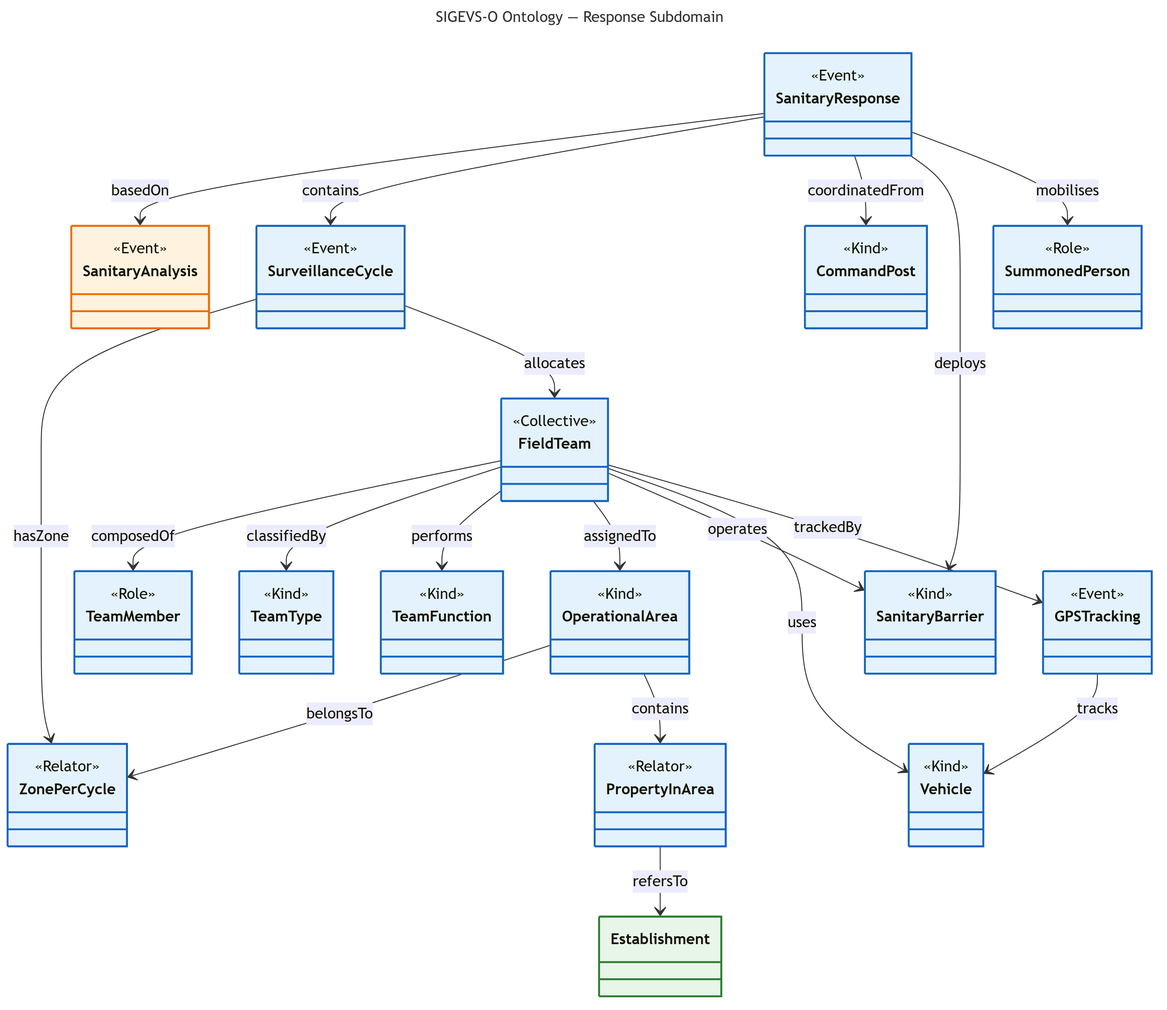
The Mermaid diagram figures/onto-response.png in Felipeamadori/sigevs-o, before a commit. Its source is kept beside it as conceptual-model/onto-response.mmd.
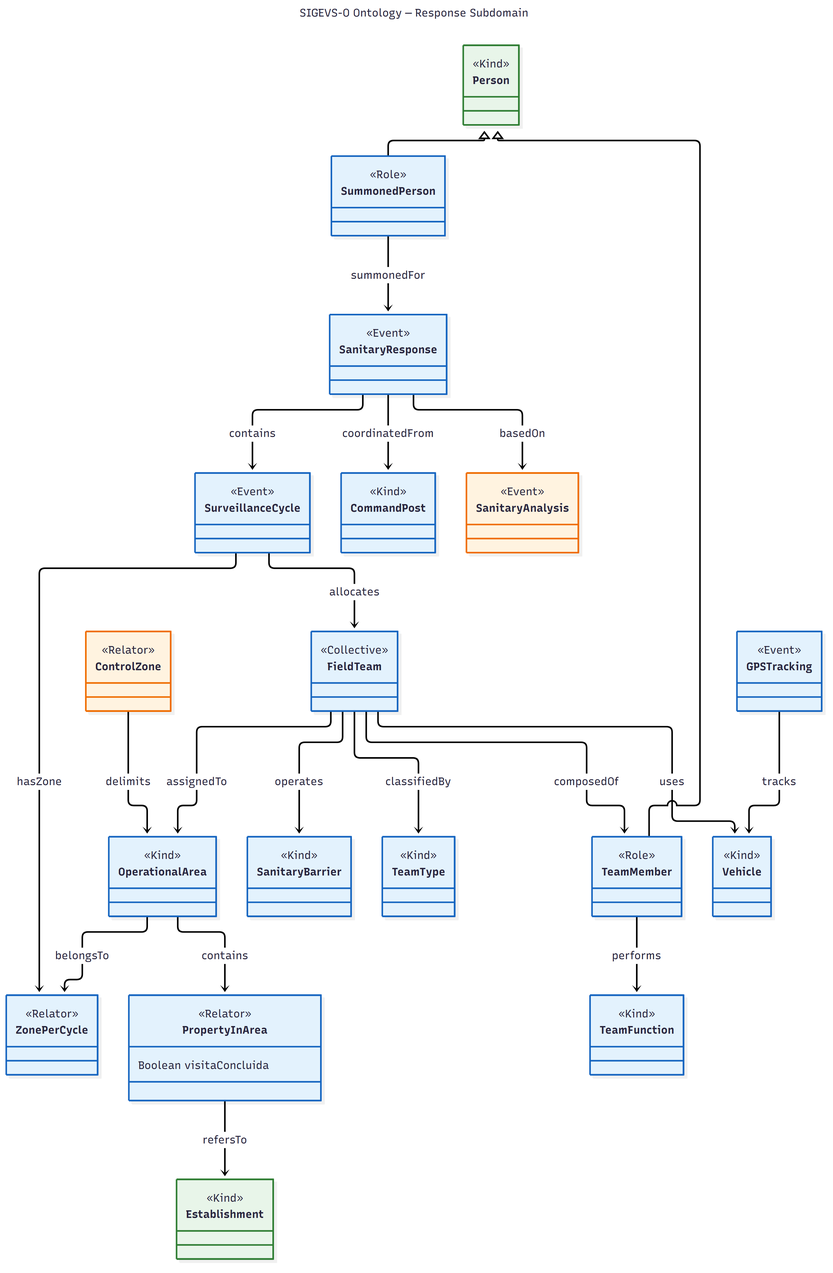
Later version of the same file.

Diff of the diagram source:
```diff
@@ -31,6 +31,7 @@
     }
     class PropertyInArea {
         <<Relator>>
+        Boolean visitaConcluida
     }
     class SanitaryBarrier {
         <<Kind>>
@@ -47,25 +48,35 @@
     class GPSTracking {
         <<Event>>
     }
+    class Person {
+        <<Kind>>
+    }
+    class Establishment {
+        <<Kind>>
+    }
+    class ControlZone {
+        <<Relator>>
+    }
 
     SanitaryResponse --> SanitaryAnalysis : basedOn
     SanitaryResponse --> SurveillanceCycle : contains
     SanitaryResponse --> CommandPost : coordinatedFrom
-    SanitaryResponse --> SanitaryBarrier : deploys
-    SanitaryResponse --> SummonedPerson : mobilises
+    SummonedPerson --> SanitaryResponse : summonedFor
     SurveillanceCycle --> ZonePerCycle : hasZone
     SurveillanceCycle --> FieldTeam : allocates
     FieldTeam --> TeamMember : composedOf
     FieldTeam --> TeamType : classifiedBy
-    FieldTeam --> TeamFunction : performs
     FieldTeam --> OperationalArea : assignedTo
     FieldTeam --> SanitaryBarrier : operates
     FieldTeam --> Vehicle : uses
-    FieldTeam --> GPSTracking : trackedBy
+    TeamMember --> TeamFunction : performs
     OperationalArea --> ZonePerCycle : belongsTo
     OperationalArea --> PropertyInArea : contains
     PropertyInArea --> Establishment : refersTo
     GPSTracking --> Vehicle : tracks
+    ControlZone --> OperationalArea : delimits
+    Person <|-- TeamMember
+    Person <|-- SummonedPerson
 
     style SanitaryResponse fill:#e3f2fd,stroke:#1565c0,stroke-width:2px
     style SurveillanceCycle fill:#e3f2fd,stroke:#1565c0,stroke-width:2px
@@ -81,5 +92,7 @@
     style CommandPost fill:#e3f2fd,stroke:#1565c0,stroke-width:2px
     style SummonedPerson fill:#e3f2fd,stroke:#1565c0,stroke-width:2px
     style GPSTracking fill:#e3f2fd,stroke:#1565c0,stroke-width:2px
+    style Person fill:#e8f5e9,stroke:#2e7d32,stroke-width:2px
     style Establishment fill:#e8f5e9,stroke:#2e7d32,stroke-width:2px
     style SanitaryAnalysis fill:#fff3e0,stroke:#ef6c00,stroke-width:2px
+    style ControlZone fill:#fff3e0,stroke:#ef6c00,stroke-width:2px
```
